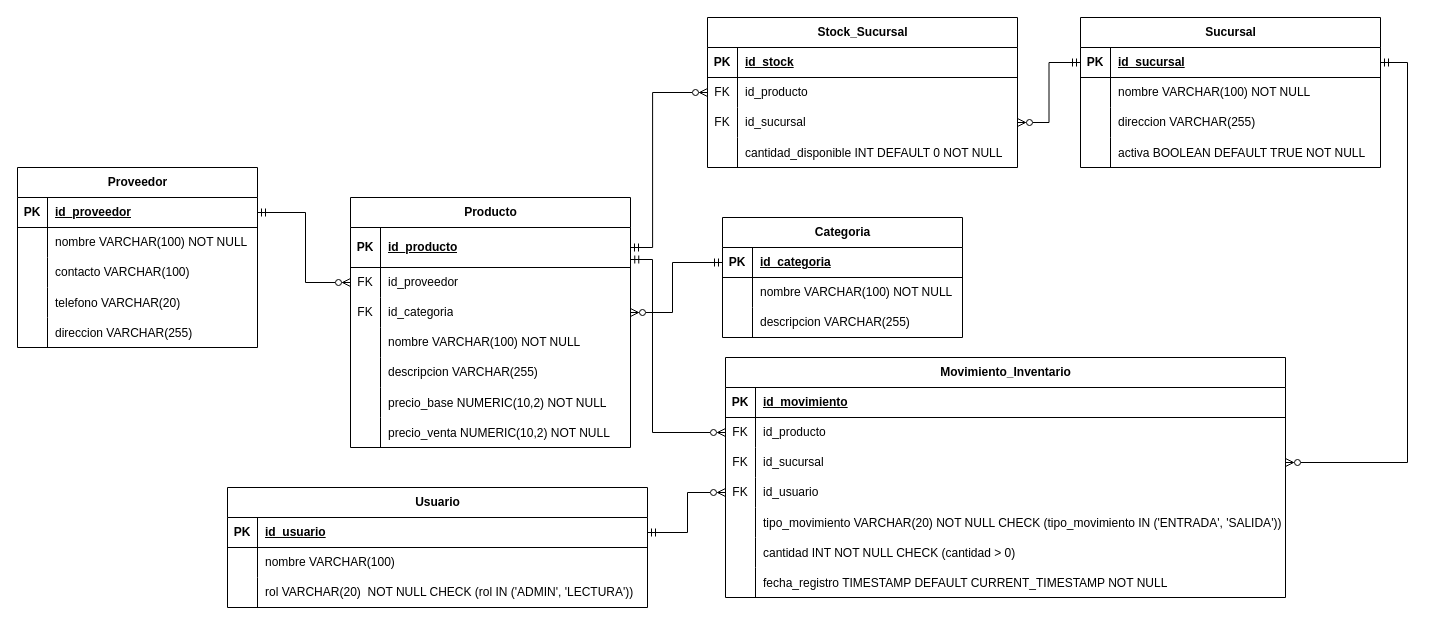
DanielYanes-YH25001/gestion-inventarios-api keeps this draw.io diagram as docs/diagramas/diagrama_er.drawio. Above is the earlier version. Source tidied: cells renumbered, new cells numbered last; positions are measured from the earlier drawing's top-left corner, leaving out a move shared by most shapes. Both pictures are drawn from the tidied source at 100%, with x=0, y=0 at pixel (17, 17).
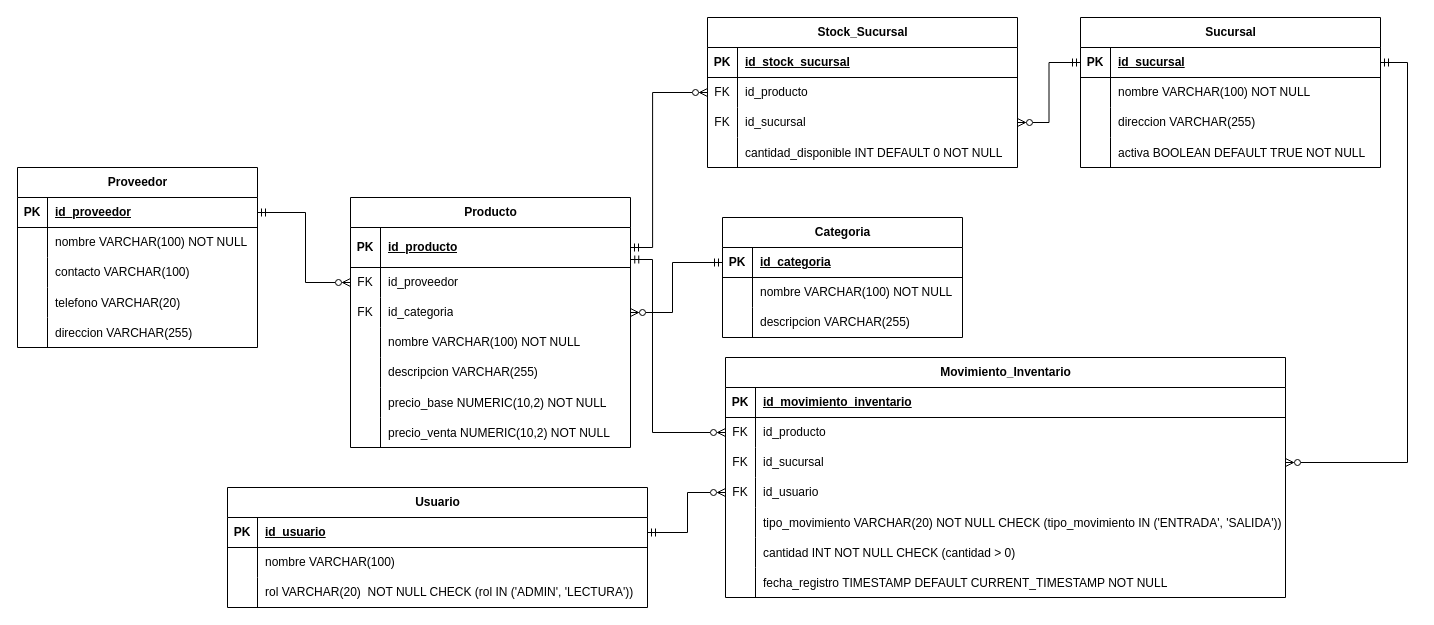
Above is the later version.

Commit message (it also covers changes not shown here):
docs: actualizar diagrama ER

- Actualizar nombre de los atributos de las claves primarias para las tablas `stock_sucursal` y `movimiento_inventario`

The change refers to these unchanged cells:
```xml
<mxCell id="74" style="shape=tableRow;horizontal=0;startSize=0;swimlaneHead=0;swimlaneBody=0;fillColor=none;top=0;left=0;right=0;bottom=1;" parent="73" vertex="1">
  <mxGeometry y="30" width="310" height="30" as="geometry" />
</mxCell>
<mxCell id="87" style="shape=tableRow;horizontal=0;startSize=0;swimlaneHead=0;swimlaneBody=0;fillColor=none;top=0;left=0;right=0;bottom=1;" parent="86" vertex="1">
  <mxGeometry y="30" width="560" height="30" as="geometry" />
</mxCell>
```

Diff of the diagram source:
```diff
@@
-    <mxCell id="76" value="id_stock" style="shape=partialRectangle;fillColor=none;top=0;left=0;bottom=0;right=0;align=left;spacingLeft=6;fontStyle=5;overflow=hidden;whiteSpace=wrap;html=1;" parent="74" vertex="1">
+    <mxCell id="76" value="id_stock_sucursal" style="shape=partialRectangle;fillColor=none;top=0;left=0;bottom=0;right=0;align=left;spacingLeft=6;fontStyle=5;overflow=hidden;whiteSpace=wrap;html=1;" parent="74" vertex="1">
       <mxGeometry x="30" width="280" height="30" as="geometry" />
     </mxCell>
@@
-    <mxCell id="89" value="id_movimiento" style="shape=partialRectangle;fillColor=none;top=0;left=0;bottom=0;right=0;align=left;spacingLeft=6;fontStyle=5;overflow=hidden;whiteSpace=wrap;html=1;" parent="87" vertex="1">
+    <mxCell id="89" value="id_movimiento_inventario" style="shape=partialRectangle;fillColor=none;top=0;left=0;bottom=0;right=0;align=left;spacingLeft=6;fontStyle=5;overflow=hidden;whiteSpace=wrap;html=1;" parent="87" vertex="1">
       <mxGeometry x="30" width="530" height="30" as="geometry" />
     </mxCell>
```
